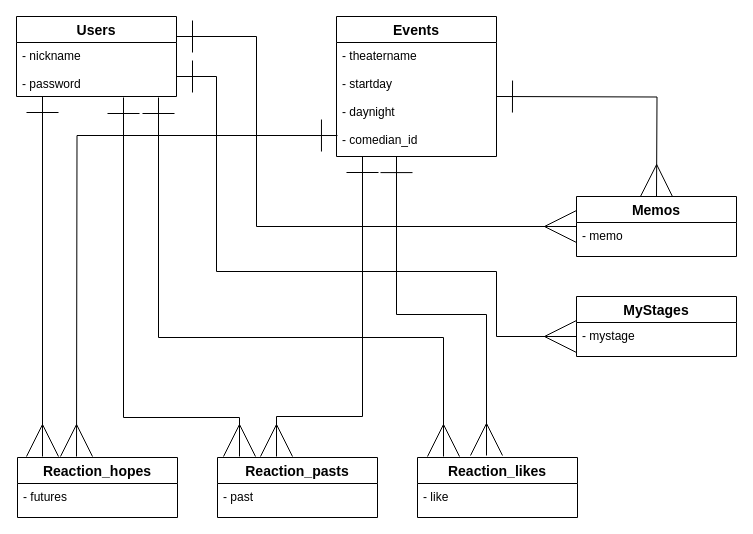
saotome88/zabuton_dayori keeps this draw.io diagram as zabuton_dayori.dio. Above is the earlier version. Source tidied: cells renumbered, new cells numbered last; positions are measured from the earlier drawing's top-left corner, leaving out a move shared by most shapes. Both pictures are drawn from the tidied source at 100%, with x=0, y=0 at pixel (16, 16).
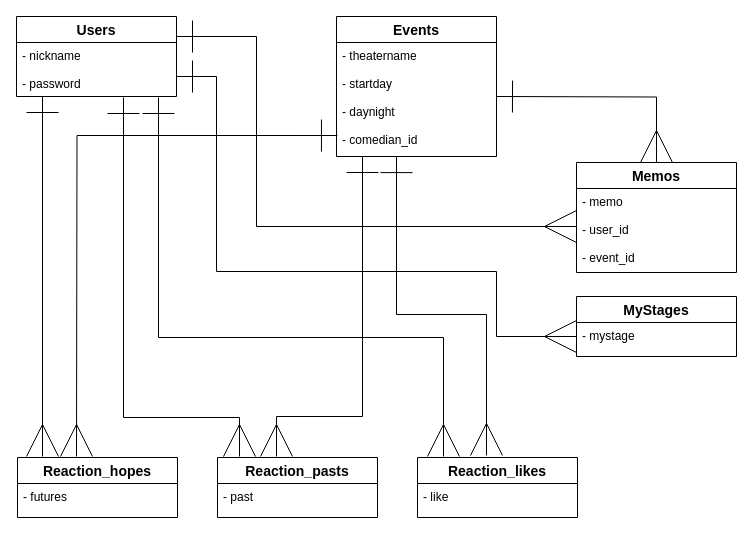
The same page after the edit.

Commit message:
メモ機能:ER図の修正

Diff of the diagram source:
```diff
@@
     <mxCell id="13" value="Memos" style="swimlane;fontStyle=1;horizontal=1;startSize=26;align=center;fontSize=14;" parent="1" vertex="1">
-      <mxGeometry x="560" y="180" width="160" height="60" as="geometry" />
+      <mxGeometry x="560" y="146" width="160" height="110" as="geometry" />
     </mxCell>
-    <mxCell id="14" value="- memo" style="text;strokeColor=none;fillColor=none;spacingLeft=4;spacingRight=4;overflow=hidden;fontSize=12;" parent="13" vertex="1">
-      <mxGeometry y="26" width="160" height="34" as="geometry" />
+    <mxCell id="14" value="- memo&#10;&#10;- user_id&#10;&#10;- event_id" style="text;strokeColor=none;fillColor=none;spacingLeft=4;spacingRight=4;overflow=hidden;fontSize=12;" parent="13" vertex="1">
+      <mxGeometry y="26" width="160" height="84" as="geometry" />
     </mxCell>
@@
-    <mxCell id="21" style="edgeStyle=orthogonalEdgeStyle;rounded=0;jumpSize=10;orthogonalLoop=1;jettySize=auto;html=1;exitX=1;exitY=0.5;exitDx=0;exitDy=0;startArrow=ERone;startFill=0;startSize=30;sourcePerimeterSpacing=0;endArrow=ERmany;endFill=0;endSize=30;targetPerimeterSpacing=0;" parent="1" edge="1">
+    <mxCell id="21" style="edgeStyle=orthogonalEdgeStyle;rounded=0;jumpSize=10;jettySize=auto;html=1;exitX=1;exitY=0.5;exitDx=0;exitDy=0;startArrow=ERone;startFill=0;startSize=30;sourcePerimeterSpacing=0;endArrow=ERmany;endFill=0;endSize=30;targetPerimeterSpacing=0;entryX=0.5;entryY=0;entryDx=0;entryDy=0;" parent="1" edge="1" target="13">
       <mxGeometry relative="1" as="geometry">
         <mxPoint x="480" y="80" as="sourcePoint" />
-        <mxPoint x="640" y="180" as="targetPoint" />
       </mxGeometry>
     </mxCell>
```
